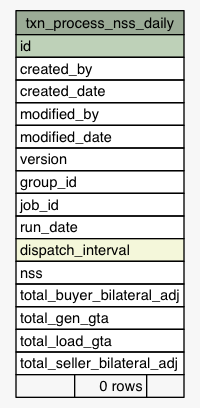
The Graphviz diagram Data/settlement/diagrams/summary/txn_process_nss_daily.1degree.png in eyana-m/python-data-dictionary-writer, before a commit. Its source is kept beside it as Data/settlement/diagrams/summary/txn_process_nss_daily.1degree.dot.
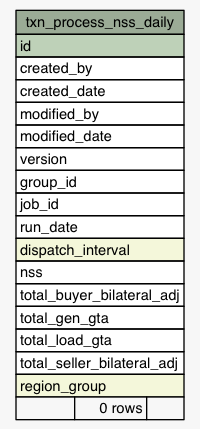
The same diagram one commit later.

The edit, as a diff of the source:
```diff
@@ -34,6 +34,7 @@
       <TR><TD PORT="total_gen_gta" COLSPAN="3" ALIGN="LEFT">total_gen_gta</TD></TR>
       <TR><TD PORT="total_load_gta" COLSPAN="3" ALIGN="LEFT">total_load_gta</TD></TR>
       <TR><TD PORT="total_seller_bilateral_adj" COLSPAN="3" ALIGN="LEFT">total_seller_bilateral_adj</TD></TR>
+      <TR><TD PORT="region_group" COLSPAN="3" BGCOLOR="#f4f7da" ALIGN="LEFT">region_group</TD></TR>
       <TR><TD ALIGN="LEFT" BGCOLOR="#f7f7f7">  </TD><TD ALIGN="RIGHT" BGCOLOR="#f7f7f7">0 rows</TD><TD ALIGN="RIGHT" BGCOLOR="#f7f7f7">  </TD></TR>
     </TABLE>>
     URL="tables/txn_process_nss_daily.html"
```
